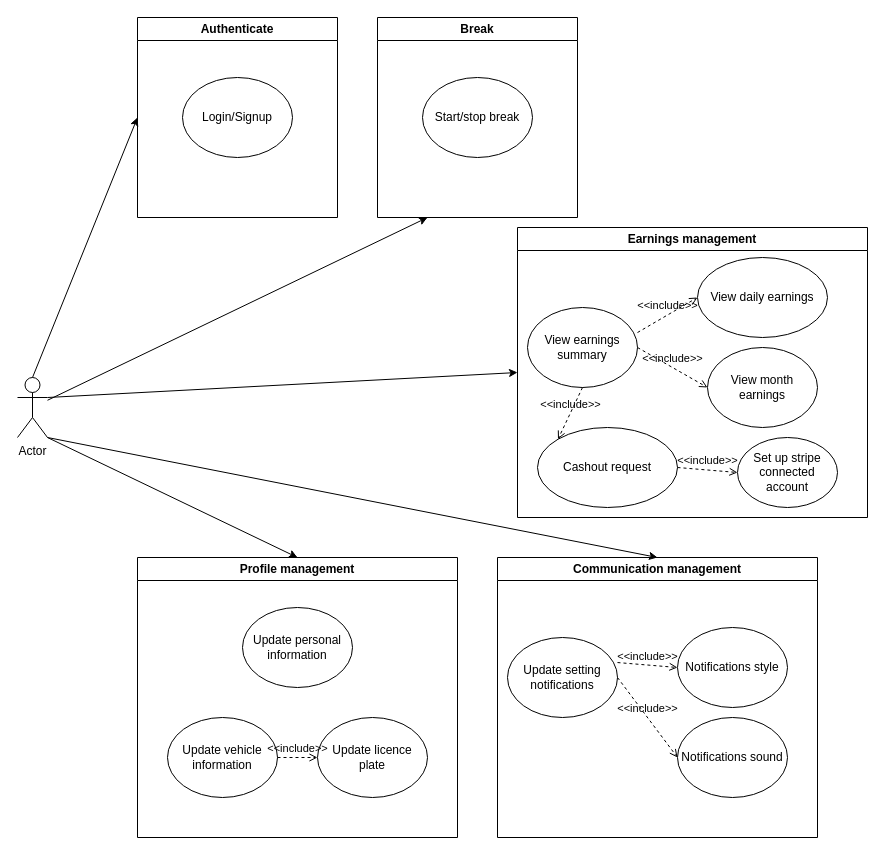
This is Untitled Diagram.drawio from LucasNguyenTVF/test, a draw.io file, before an edit. Source tidied: cells renumbered, new cells numbered last; positions are measured from the earlier drawing's top-left corner, leaving out a move shared by most shapes. Both pictures are drawn from the tidied source at 100%, with x=0, y=0 at pixel (17, 17).
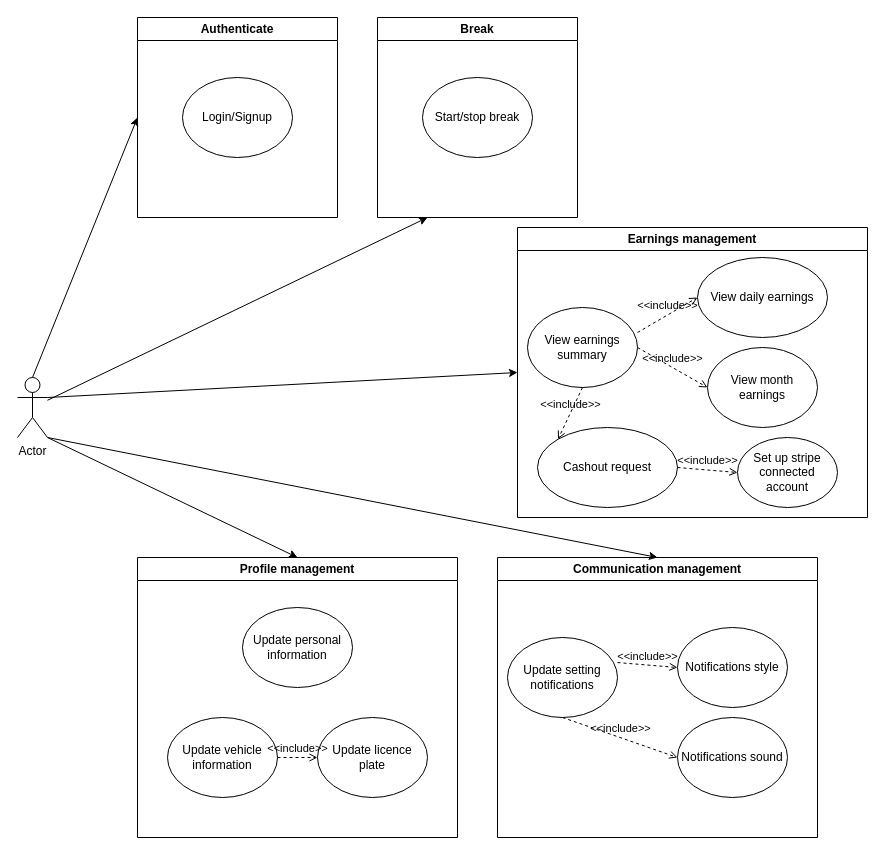
The same diagram, later.

The change refers to these unchanged cells:
```xml
<mxCell id="12" value="Communication management" style="swimlane;whiteSpace=wrap;html=1;" parent="1" vertex="1">
  <mxGeometry x="480" y="540" width="320" height="280" as="geometry" />
</mxCell>
<mxCell id="14" value="Update setting notifications" style="ellipse;whiteSpace=wrap;html=1;" parent="12" vertex="1">
  <mxGeometry x="10" y="80" width="110" height="80" as="geometry" />
</mxCell>
<mxCell id="15" value="Notifications sound" style="ellipse;whiteSpace=wrap;html=1;" parent="12" vertex="1">
  <mxGeometry x="180" y="160" width="110" height="80" as="geometry" />
</mxCell>
```

The edit, as a diff of the source:
```diff
@@
-    <mxCell id="16" value="&amp;lt;&amp;lt;include&amp;gt;&amp;gt;" style="html=1;verticalAlign=bottom;labelBackgroundColor=none;endArrow=open;endFill=0;dashed=1;rounded=0;exitX=1;exitY=0.5;exitDx=0;exitDy=0;entryX=0;entryY=0.5;entryDx=0;entryDy=0;" parent="12" edge="1" source="14" target="15">
+    <mxCell id="16" value="&amp;lt;&amp;lt;include&amp;gt;&amp;gt;" style="html=1;verticalAlign=bottom;labelBackgroundColor=none;endArrow=open;endFill=0;dashed=1;rounded=0;exitX=0.5;exitY=1;exitDx=0;exitDy=0;entryX=0;entryY=0.5;entryDx=0;entryDy=0;" parent="12" edge="1" source="14" target="15">
       <mxGeometry relative="1" as="geometry" />
     </mxCell>
```
